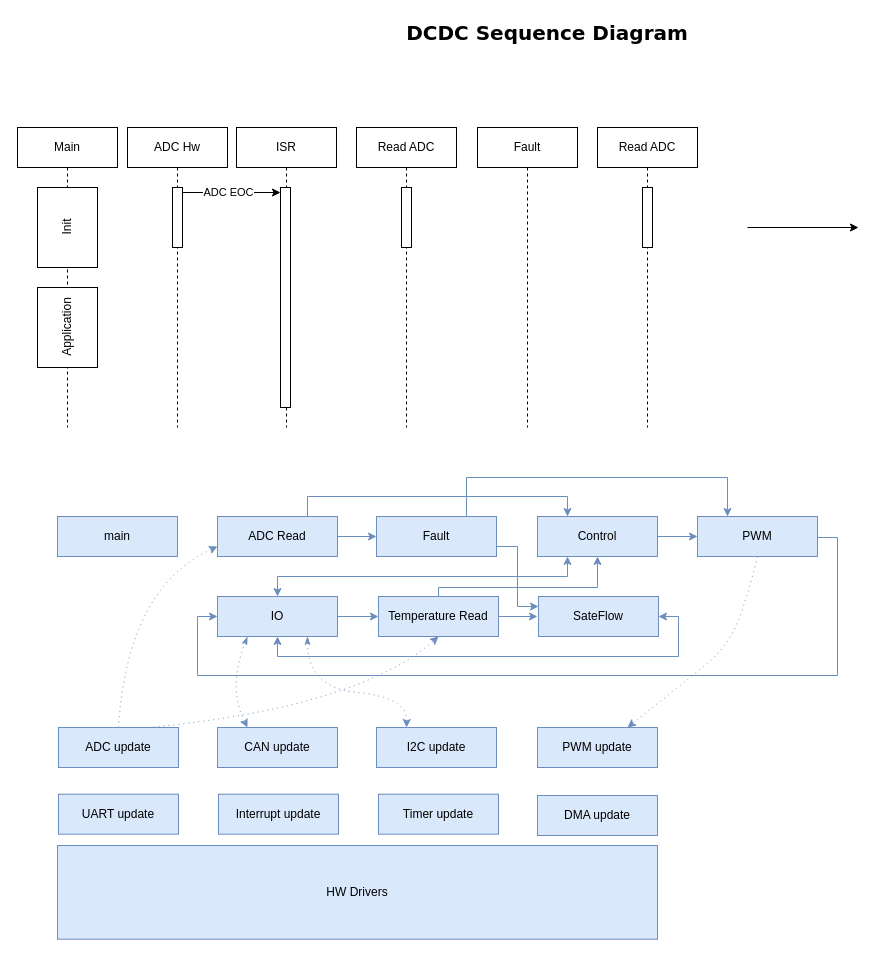
Earlier version of the draw.io diagram page "Sequence_Diagram" (2 of 3) of DCDCArchitectureSF.drawio (chdev2011/temp). Source tidied: cells renumbered, new cells numbered last; positions are measured from the earlier drawing's top-left corner, leaving out a move shared by most shapes. Both pictures are drawn from the tidied source at 100%, with x=0, y=0 at pixel (17, 17).
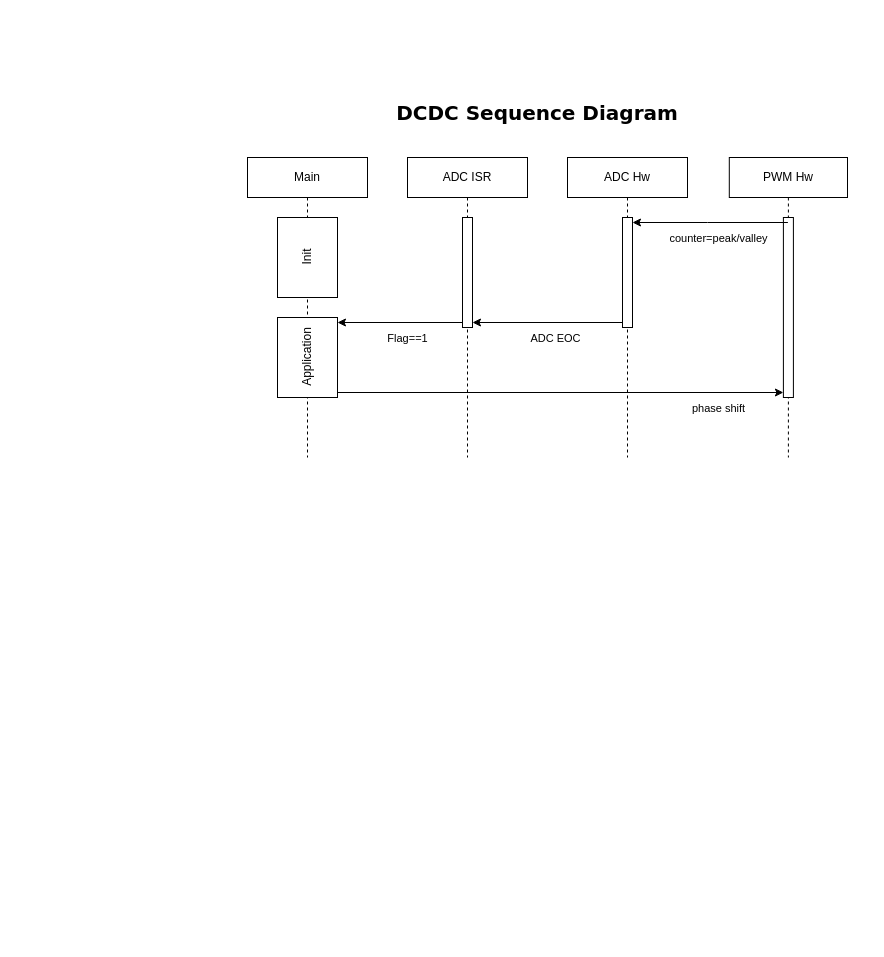
The same page after the edit.

The edit, as a diff of the source:
```diff
@@
     <mxCell id="2" value="DCDC Sequence Diagram" style="text;html=1;whiteSpace=wrap;align=center;verticalAlign=middle;rounded=0;fontStyle=1;fontSize=20;fontFamily=Verdana;" parent="1" vertex="1">
-      <mxGeometry x="310" width="440" height="30" as="geometry" />
+      <mxGeometry x="300" y="80" width="440" height="30" as="geometry" />
     </mxCell>
-    <mxCell id="3" value="main" style="whiteSpace=wrap;html=1;fillColor=#dae8fc;strokeColor=#6c8ebf;" parent="1" vertex="1">
-      <mxGeometry x="40" y="499" width="120" height="40" as="geometry" />
-    </mxCell>
-    <mxCell id="4" style="edgeStyle=orthogonalEdgeStyle;rounded=0;jettySize=auto;html=1;exitX=1;exitY=0.5;exitDx=0;exitDy=0;entryX=0;entryY=0.5;entryDx=0;entryDy=0;fillColor=#dae8fc;strokeColor=#6c8ebf;" parent="1" edge="1" source="5" target="10">
-      <mxGeometry relative="1" as="geometry" />
-    </mxCell>
-    <mxCell id="5" value="ADC Read" style="whiteSpace=wrap;html=1;fillColor=#dae8fc;strokeColor=#6c8ebf;" parent="1" vertex="1">
-      <mxGeometry x="200" y="499" width="120" height="40" as="geometry" />
-    </mxCell>
-    <mxCell id="6" style="edgeStyle=orthogonalEdgeStyle;rounded=0;jettySize=auto;html=1;exitX=1;exitY=0.5;exitDx=0;exitDy=0;fillColor=#dae8fc;strokeColor=#6c8ebf;" parent="1" edge="1" source="8">
-      <mxGeometry relative="1" as="geometry">
-        <mxPoint x="520" y="599.5" as="targetPoint" />
-      </mxGeometry>
-    </mxCell>
-    <mxCell id="7" style="edgeStyle=orthogonalEdgeStyle;rounded=0;jettySize=auto;html=1;exitX=0.5;exitY=0;exitDx=0;exitDy=0;entryX=0.5;entryY=1;entryDx=0;entryDy=0;fillColor=#dae8fc;strokeColor=#6c8ebf;" parent="1" edge="1" source="8" target="14">
-      <mxGeometry relative="1" as="geometry">
-        <Array as="points">
-          <mxPoint x="421" y="570" />
-          <mxPoint x="580" y="570" />
-        </Array>
-      </mxGeometry>
-    </mxCell>
-    <mxCell id="8" value="Temperature Read" style="whiteSpace=wrap;html=1;fillColor=#dae8fc;strokeColor=#6c8ebf;" parent="1" vertex="1">
-      <mxGeometry x="361" y="579" width="120" height="40" as="geometry" />
-    </mxCell>
-    <mxCell id="9" style="edgeStyle=orthogonalEdgeStyle;rounded=0;jettySize=auto;html=1;exitX=1;exitY=0.75;exitDx=0;exitDy=0;entryX=0;entryY=0.25;entryDx=0;entryDy=0;fillColor=#dae8fc;strokeColor=#6c8ebf;" parent="1" edge="1" source="10" target="12">
-      <mxGeometry relative="1" as="geometry" />
-    </mxCell>
-    <mxCell id="10" value="Fault" style="whiteSpace=wrap;html=1;fillColor=#dae8fc;strokeColor=#6c8ebf;" parent="1" vertex="1">
-      <mxGeometry x="359" y="499" width="120" height="40" as="geometry" />
-    </mxCell>
-    <mxCell id="11" style="edgeStyle=orthogonalEdgeStyle;rounded=0;jettySize=auto;html=1;exitX=1;exitY=0.5;exitDx=0;exitDy=0;entryX=0.5;entryY=1;entryDx=0;entryDy=0;fillColor=#dae8fc;strokeColor=#6c8ebf;startArrow=classic;startFill=1;" parent="1" edge="1" source="12" target="19">
-      <mxGeometry relative="1" as="geometry" />
-    </mxCell>
-    <mxCell id="12" value="SateFlow" style="whiteSpace=wrap;html=1;fillColor=#dae8fc;strokeColor=#6c8ebf;" parent="1" vertex="1">
-      <mxGeometry x="521" y="579" width="120" height="40" as="geometry" />
-    </mxCell>
-    <mxCell id="13" style="edgeStyle=orthogonalEdgeStyle;rounded=0;jettySize=auto;html=1;exitX=1;exitY=0.5;exitDx=0;exitDy=0;entryX=0;entryY=0.5;entryDx=0;entryDy=0;fillColor=#dae8fc;strokeColor=#6c8ebf;" parent="1" edge="1" source="14" target="16">
-      <mxGeometry relative="1" as="geometry" />
-    </mxCell>
-    <mxCell id="14" value="Control" style="whiteSpace=wrap;html=1;fillColor=#dae8fc;strokeColor=#6c8ebf;" parent="1" vertex="1">
-      <mxGeometry x="520" y="499" width="120" height="40" as="geometry" />
-    </mxCell>
-    <mxCell id="15" style="edgeStyle=orthogonalEdgeStyle;rounded=0;jettySize=auto;html=1;exitX=1;exitY=0.5;exitDx=0;exitDy=0;entryX=0;entryY=0.5;entryDx=0;entryDy=0;fillColor=#dae8fc;strokeColor=#6c8ebf;" parent="1" edge="1" source="16" target="19">
-      <mxGeometry relative="1" as="geometry">
-        <Array as="points">
-          <mxPoint x="820" y="520" />
-          <mxPoint x="820" y="658" />
-          <mxPoint x="180" y="658" />
-          <mxPoint x="180" y="599" />
-        </Array>
-      </mxGeometry>
-    </mxCell>
-    <mxCell id="16" value="PWM" style="whiteSpace=wrap;html=1;fillColor=#dae8fc;strokeColor=#6c8ebf;" parent="1" vertex="1">
-      <mxGeometry x="680" y="499" width="120" height="40" as="geometry" />
-    </mxCell>
-    <mxCell id="17" style="edgeStyle=orthogonalEdgeStyle;rounded=0;jettySize=auto;html=1;exitX=1;exitY=0.5;exitDx=0;exitDy=0;entryX=0;entryY=0.5;entryDx=0;entryDy=0;fillColor=#dae8fc;strokeColor=#6c8ebf;" parent="1" edge="1" source="19" target="8">
-      <mxGeometry relative="1" as="geometry" />
-    </mxCell>
-    <mxCell id="18" style="edgeStyle=orthogonalEdgeStyle;rounded=0;jettySize=auto;html=1;exitX=0.5;exitY=0;exitDx=0;exitDy=0;entryX=0.25;entryY=1;entryDx=0;entryDy=0;fillColor=#dae8fc;strokeColor=#6c8ebf;startArrow=classic;startFill=1;" parent="1" edge="1" source="19" target="14">
-      <mxGeometry relative="1" as="geometry" />
-    </mxCell>
-    <mxCell id="19" value="IO" style="whiteSpace=wrap;html=1;fillColor=#dae8fc;strokeColor=#6c8ebf;" parent="1" vertex="1">
-      <mxGeometry x="200" y="579" width="120" height="40" as="geometry" />
-    </mxCell>
-    <mxCell id="20" value="PWM update" style="whiteSpace=wrap;html=1;fillColor=#dae8fc;strokeColor=#6c8ebf;" parent="1" vertex="1">
-      <mxGeometry x="520" y="710" width="120" height="40" as="geometry" />
-    </mxCell>
-    <mxCell id="21" value="ADC update" style="whiteSpace=wrap;html=1;fillColor=#dae8fc;strokeColor=#6c8ebf;" parent="1" vertex="1">
-      <mxGeometry x="41" y="710" width="120" height="40" as="geometry" />
-    </mxCell>
-    <mxCell id="22" value="I2C update" style="whiteSpace=wrap;html=1;fillColor=#dae8fc;strokeColor=#6c8ebf;" parent="1" vertex="1">
-      <mxGeometry x="359" y="710" width="120" height="40" as="geometry" />
-    </mxCell>
-    <mxCell id="23" value="UART update" style="whiteSpace=wrap;html=1;fillColor=#dae8fc;strokeColor=#6c8ebf;" parent="1" vertex="1">
-      <mxGeometry x="41" y="776.7" width="120" height="40" as="geometry" />
-    </mxCell>
-    <mxCell id="24" style="curved=1;endArrow=classic;html=1;rounded=0;entryX=0;entryY=0.75;entryDx=0;entryDy=0;exitX=0.5;exitY=0;exitDx=0;exitDy=0;dashed=1;dashPattern=1 4;fillColor=#dae8fc;strokeColor=#6c8ebf;" parent="1" edge="1" source="21" target="5">
-      <mxGeometry relative="1" as="geometry">
-        <Array as="points">
-          <mxPoint x="110" y="570" />
-        </Array>
-      </mxGeometry>
-    </mxCell>
-    <mxCell id="25" value="Interrupt update" style="whiteSpace=wrap;html=1;fillColor=#dae8fc;strokeColor=#6c8ebf;" parent="1" vertex="1">
-      <mxGeometry x="201" y="776.7" width="120" height="40" as="geometry" />
-    </mxCell>
-    <mxCell id="26" value="Timer update" style="whiteSpace=wrap;html=1;fillColor=#dae8fc;strokeColor=#6c8ebf;" parent="1" vertex="1">
-      <mxGeometry x="361" y="776.7" width="120" height="40" as="geometry" />
-    </mxCell>
-    <mxCell id="27" value="DMA update" style="whiteSpace=wrap;html=1;fillColor=#dae8fc;strokeColor=#6c8ebf;" parent="1" vertex="1">
-      <mxGeometry x="520" y="778" width="120" height="40" as="geometry" />
-    </mxCell>
-    <mxCell id="28" value="HW Drivers" style="whiteSpace=wrap;html=1;fillColor=#dae8fc;strokeColor=#6c8ebf;" parent="1" vertex="1">
-      <mxGeometry x="40" y="828" width="600" height="93.7" as="geometry" />
-    </mxCell>
-    <mxCell id="29" style="curved=1;endArrow=classic;html=1;rounded=0;entryX=0.75;entryY=0;entryDx=0;entryDy=0;exitX=0.5;exitY=1;exitDx=0;exitDy=0;dashed=1;dashPattern=1 4;fillColor=#dae8fc;strokeColor=#6c8ebf;" parent="1" edge="1" source="16" target="20">
-      <mxGeometry relative="1" as="geometry">
-        <Array as="points">
-          <mxPoint x="730" y="580" />
-          <mxPoint x="710" y="630" />
-          <mxPoint x="660" y="670" />
-        </Array>
-      </mxGeometry>
-    </mxCell>
-    <mxCell id="30" value="CAN update" style="whiteSpace=wrap;html=1;fillColor=#dae8fc;strokeColor=#6c8ebf;" parent="1" vertex="1">
-      <mxGeometry x="200" y="710" width="120" height="40" as="geometry" />
-    </mxCell>
-    <mxCell id="31" style="curved=1;endArrow=classic;html=1;rounded=0;entryX=0.5;entryY=1;entryDx=0;entryDy=0;exitX=0.75;exitY=0;exitDx=0;exitDy=0;dashed=1;dashPattern=1 4;fillColor=#dae8fc;strokeColor=#6c8ebf;" parent="1" edge="1" source="21" target="8">
-      <mxGeometry relative="1" as="geometry">
-        <Array as="points">
-          <mxPoint x="340" y="690" />
-        </Array>
-      </mxGeometry>
-    </mxCell>
-    <mxCell id="32" style="curved=1;endArrow=classic;html=1;rounded=0;entryX=0.25;entryY=0;entryDx=0;entryDy=0;exitX=0.25;exitY=1;exitDx=0;exitDy=0;dashPattern=1 4;fillColor=#dae8fc;strokeColor=#6c8ebf;startArrow=classicThin;startFill=1;dashed=1;" parent="1" edge="1" source="19" target="30">
-      <mxGeometry relative="1" as="geometry">
-        <Array as="points">
-          <mxPoint x="210" y="670" />
-        </Array>
-      </mxGeometry>
-    </mxCell>
-    <mxCell id="33" style="curved=1;endArrow=classic;html=1;rounded=0;entryX=0.25;entryY=0;entryDx=0;entryDy=0;exitX=0.75;exitY=1;exitDx=0;exitDy=0;dashPattern=1 4;fillColor=#dae8fc;strokeColor=#6c8ebf;startArrow=classicThin;startFill=1;dashed=1;" parent="1" edge="1" source="19" target="22">
-      <mxGeometry relative="1" as="geometry">
-        <Array as="points">
-          <mxPoint x="290" y="670" />
-          <mxPoint x="390" y="680" />
-        </Array>
-      </mxGeometry>
-    </mxCell>
-    <mxCell id="34" style="edgeStyle=orthogonalEdgeStyle;rounded=0;jettySize=auto;html=1;exitX=0.75;exitY=0;exitDx=0;exitDy=0;entryX=0.25;entryY=0;entryDx=0;entryDy=0;fillColor=#dae8fc;strokeColor=#6c8ebf;" parent="1" edge="1" source="5" target="14">
-      <mxGeometry relative="1" as="geometry" />
-    </mxCell>
-    <mxCell id="35" style="edgeStyle=orthogonalEdgeStyle;rounded=0;jettySize=auto;html=1;exitX=0.75;exitY=0;exitDx=0;exitDy=0;entryX=0.25;entryY=0;entryDx=0;entryDy=0;fillColor=#dae8fc;strokeColor=#6c8ebf;" parent="1" edge="1" source="10" target="16">
-      <mxGeometry relative="1" as="geometry">
-        <Array as="points">
-          <mxPoint x="449" y="460" />
-          <mxPoint x="710" y="460" />
-        </Array>
-      </mxGeometry>
-    </mxCell>
-    <mxCell id="36" value="ISR" style="shape=umlLifeline;perimeter=lifelinePerimeter;whiteSpace=wrap;html=1;newEdgeStyle={&quot;curved&quot;:0,&quot;rounded&quot;:0};" parent="1" vertex="1">
-      <mxGeometry x="219" y="110" width="100" height="300" as="geometry" />
+    <mxCell id="36" value="ADC ISR" style="shape=umlLifeline;perimeter=lifelinePerimeter;whiteSpace=wrap;html=1;newEdgeStyle={&quot;curved&quot;:0,&quot;rounded&quot;:0};" parent="1" vertex="1">
+      <mxGeometry x="390" y="140" width="120" height="300" as="geometry" />
     </mxCell>
     <mxCell id="37" style="html=1;points=[[0,0,0,0,5],[0,1,0,0,-5],[1,0,0,0,5],[1,1,0,0,-5]];perimeter=orthogonalPerimeter;outlineConnect=0;targetShapes=umlLifeline;portConstraint=eastwest;newEdgeStyle={&quot;curved&quot;:0,&quot;rounded&quot;:0};" parent="36" vertex="1">
-      <mxGeometry x="44" y="60" width="10" height="220" as="geometry" />
+      <mxGeometry x="55" y="60" width="10" height="110" as="geometry" />
     </mxCell>
-    <mxCell id="38" value="Read ADC" style="shape=umlLifeline;perimeter=lifelinePerimeter;whiteSpace=wrap;html=1;outlineConnect=0;portConstraint=eastwest;newEdgeStyle={&quot;curved&quot;:0,&quot;rounded&quot;:0};" parent="1" vertex="1">
-      <mxGeometry x="339" y="110" width="100" height="300" as="geometry" />
+    <mxCell id="38" value="PWM Hw" style="shape=umlLifeline;perimeter=lifelinePerimeter;whiteSpace=wrap;html=1;outlineConnect=0;portConstraint=eastwest;newEdgeStyle={&quot;curved&quot;:0,&quot;rounded&quot;:0};" parent="1" vertex="1">
+      <mxGeometry x="711.8" y="140" width="118.2" height="300" as="geometry" />
     </mxCell>
     <mxCell id="39" style="html=1;points=[[0,0,0,0,5],[0,1,0,0,-5],[1,0,0,0,5],[1,1,0,0,-5]];perimeter=orthogonalPerimeter;outlineConnect=0;targetShapes=umlLifeline;portConstraint=eastwest;newEdgeStyle={&quot;curved&quot;:0,&quot;rounded&quot;:0};" parent="38" vertex="1">
-      <mxGeometry x="45" y="60" width="10" height="60" as="geometry" />
+      <mxGeometry x="54.1" y="60" width="10" height="180" as="geometry" />
     </mxCell>
-    <mxCell id="40" value="Fault" style="shape=umlLifeline;perimeter=lifelinePerimeter;whiteSpace=wrap;html=1;newEdgeStyle={&quot;curved&quot;:0,&quot;rounded&quot;:0};" parent="1" vertex="1">
-      <mxGeometry x="460" y="110" width="100" height="300" as="geometry" />
-    </mxCell>
-    <mxCell id="41" value="Read ADC" style="shape=umlLifeline;perimeter=lifelinePerimeter;whiteSpace=wrap;html=1;newEdgeStyle={&quot;curved&quot;:0,&quot;rounded&quot;:0};" parent="1" vertex="1">
-      <mxGeometry x="580" y="110" width="100" height="300" as="geometry" />
-    </mxCell>
-    <mxCell id="42" style="html=1;perimeter=orthogonalPerimeter;targetShapes=umlLifeline;newEdgeStyle={&quot;curved&quot;:0,&quot;rounded&quot;:0};" parent="41" vertex="1">
-      <mxGeometry x="45" y="60" width="10" height="60" as="geometry" />
-    </mxCell>
     <mxCell id="43" value="Main" style="shape=umlLifeline;perimeter=lifelinePerimeter;whiteSpace=wrap;html=1;newEdgeStyle={&quot;curved&quot;:0,&quot;rounded&quot;:0};" parent="1" vertex="1">
-      <mxGeometry y="110" width="100" height="300" as="geometry" />
+      <mxGeometry x="230" y="140" width="120" height="300" as="geometry" />
     </mxCell>
     <mxCell id="44" value="Init" style="html=1;perimeter=orthogonalPerimeter;targetShapes=umlLifeline;newEdgeStyle={&quot;curved&quot;:0,&quot;rounded&quot;:0};horizontal=0;" parent="43" vertex="1">
-      <mxGeometry x="20" y="60" width="60" height="80" as="geometry" />
+      <mxGeometry x="30" y="60" width="60" height="80" as="geometry" />
     </mxCell>
     <mxCell id="45" value="Application" style="html=1;points=[[0,0,0,0,5],[0,1,0,0,-5],[1,0,0,0,5],[1,1,0,0,-5]];perimeter=orthogonalPerimeter;outlineConnect=0;targetShapes=umlLifeline;portConstraint=eastwest;newEdgeStyle={&quot;curved&quot;:0,&quot;rounded&quot;:0};horizontal=0;" parent="43" vertex="1">
-      <mxGeometry x="20" y="160" width="60" height="80" as="geometry" />
+      <mxGeometry x="30" y="160" width="60" height="80" as="geometry" />
     </mxCell>
-    <mxCell id="46" style="edgeStyle=orthogonalEdgeStyle;rounded=0;jettySize=auto;html=1;curved=0;entryX=0;entryY=0;entryDx=0;entryDy=5;entryPerimeter=0;exitX=1;exitY=0;exitDx=0;exitDy=5;exitPerimeter=0;" parent="1" edge="1" source="49" target="37">
+    <mxCell id="46" style="edgeStyle=orthogonalEdgeStyle;rounded=0;jettySize=auto;html=1;curved=0;exitX=0;exitY=1;exitDx=0;exitDy=-5;exitPerimeter=0;entryX=1;entryY=1;entryDx=0;entryDy=-5;entryPerimeter=0;" parent="1" edge="1" source="49" target="37">
       <mxGeometry relative="1" as="geometry" />
     </mxCell>
     <mxCell id="47" value="ADC EOC" style="edgeLabel;html=1;align=center;verticalAlign=middle;" parent="46" vertex="1">
-      <mxGeometry x="-0.09" y="1" relative="1" as="geometry" />
+      <mxGeometry x="-0.09" y="1" relative="1" as="geometry">
+        <mxPoint y="14" as="offset" />
+      </mxGeometry>
     </mxCell>
     <mxCell id="48" value="ADC Hw" style="shape=umlLifeline;perimeter=lifelinePerimeter;whiteSpace=wrap;html=1;newEdgeStyle={&quot;curved&quot;:0,&quot;rounded&quot;:0};" parent="1" vertex="1">
-      <mxGeometry x="110" y="110" width="100" height="300" as="geometry" />
+      <mxGeometry x="550" y="140" width="120" height="300" as="geometry" />
     </mxCell>
     <mxCell id="49" style="html=1;points=[[0,0,0,0,5],[0,1,0,0,-5],[1,0,0,0,5],[1,1,0,0,-5]];perimeter=orthogonalPerimeter;outlineConnect=0;targetShapes=umlLifeline;portConstraint=eastwest;newEdgeStyle={&quot;curved&quot;:0,&quot;rounded&quot;:0};" parent="48" vertex="1">
-      <mxGeometry x="45" y="60" width="10" height="60" as="geometry" />
+      <mxGeometry x="55" y="60" width="10" height="110" as="geometry" />
     </mxCell>
-    <mxCell id="50" style="rounded=0;orthogonalLoop=1;jettySize=auto;html=1;exitX=1;exitY=0;exitDx=0;exitDy=5;exitPerimeter=0;entryX=0;entryY=0;entryDx=0;entryDy=5;entryPerimeter=0;" parent="1" edge="1">
-      <mxGeometry relative="1" as="geometry">
-        <mxPoint x="730" y="210" as="sourcePoint" />
-        <mxPoint x="841" y="210" as="targetPoint" />
-      </mxGeometry>
+    <mxCell id="50" style="rounded=0;jettySize=auto;html=1;entryX=1;entryY=0;entryDx=0;entryDy=5;entryPerimeter=0;exitX=0;exitY=1;exitDx=0;exitDy=-5;exitPerimeter=0;" parent="1" edge="1" source="37" target="45">
+      <mxGeometry relative="1" as="geometry" />
     </mxCell>
+    <mxCell id="51" value="Flag==1" style="edgeLabel;html=1;align=center;verticalAlign=middle;" parent="50" vertex="1">
+      <mxGeometry x="-0.28" relative="1" as="geometry">
+        <mxPoint x="-11" y="15" as="offset" />
+      </mxGeometry>
+    </mxCell>
+    <mxCell id="52" style="rounded=0;jettySize=auto;html=1;entryX=1;entryY=0;entryDx=0;entryDy=5;entryPerimeter=0;" parent="1" edge="1" source="38" target="49">
+      <mxGeometry relative="1" as="geometry">
+        <Array as="points">
+          <mxPoint x="690" y="205" />
+        </Array>
+      </mxGeometry>
+    </mxCell>
+    <mxCell id="53" value="counter=peak/valley" style="edgeLabel;html=1;align=center;verticalAlign=middle;" parent="52" vertex="1">
+      <mxGeometry x="-0.28" relative="1" as="geometry">
+        <mxPoint x="-14" y="15" as="offset" />
+      </mxGeometry>
+    </mxCell>
+    <mxCell id="54" style="rounded=0;jettySize=auto;html=1;entryX=0;entryY=1;entryDx=0;entryDy=-5;entryPerimeter=0;exitX=1;exitY=1;exitDx=0;exitDy=-5;exitPerimeter=0;" parent="1" edge="1" source="45" target="39">
+      <mxGeometry relative="1" as="geometry" />
+    </mxCell>
+    <mxCell id="55" value="phase shift" style="edgeLabel;html=1;align=center;verticalAlign=middle;" parent="54" vertex="1">
+      <mxGeometry x="-0.09" y="1" relative="1" as="geometry">
+        <mxPoint x="177" y="16" as="offset" />
+      </mxGeometry>
+    </mxCell>
```
